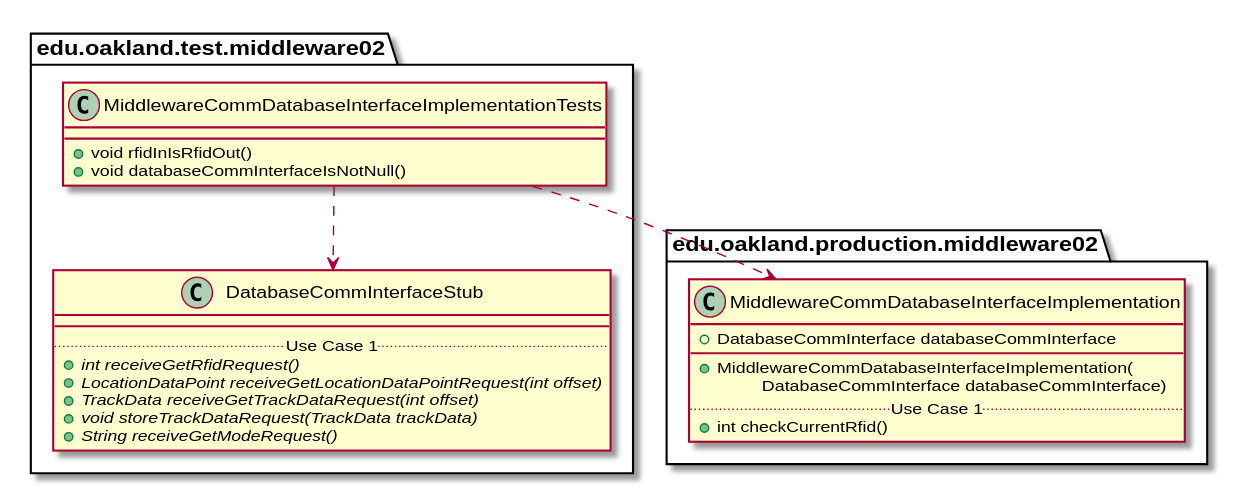
Above: docs/uml-class-diagrams/middleware02/test/MiddlewareCommDatabaseInterfaceImplementationTests/MiddlewareCommDatabaseInterfaceImplementationTests_DirectDependencies.svg in andrewdimmer/csi-3370-software-project (PlantUML), before the change. Its diagram source:
```plantuml
@startuml MiddlewareCommDatabaseInterfaceImplementationTests_DirectDependencies


package edu.oakland.test.middleware02 {
    class MiddlewareCommDatabaseInterfaceImplementationTests {
        + void rfidInIsRfidOut()
        + void databaseCommInterfaceIsNotNull()
    }
}



package edu.oakland.test.middleware02 {
    class DatabaseCommInterfaceStub {
        __
        .. Use Case 1 ..
        {abstract} + int receiveGetRfidRequest()
        {abstract} + LocationDataPoint receiveGetLocationDataPointRequest(int offset)
        {abstract} + TrackData receiveGetTrackDataRequest(int offset)
        {abstract} + void storeTrackDataRequest(TrackData trackData)
        {abstract} + String receiveGetModeRequest()
    }
}

MiddlewareCommDatabaseInterfaceImplementationTests ..> DatabaseCommInterfaceStub


package edu.oakland.production.middleware02 {
    class MiddlewareCommDatabaseInterfaceImplementation {
        + DatabaseCommInterface databaseCommInterface
        __
        + MiddlewareCommDatabaseInterfaceImplementation(
        \tDatabaseCommInterface databaseCommInterface)
        .. Use Case 1 ..
        + int checkCurrentRfid()
    }
}

MiddlewareCommDatabaseInterfaceImplementationTests ..> MiddlewareCommDatabaseInterfaceImplementation



@enduml
```
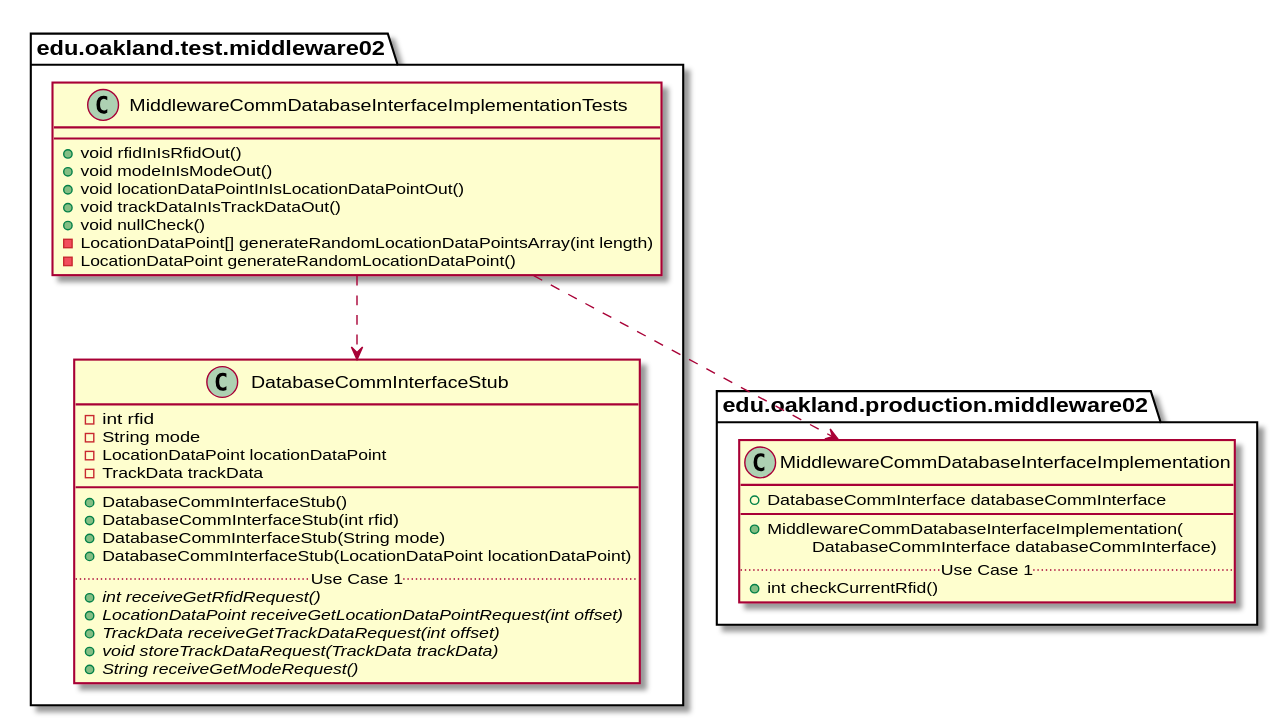
The same file after the commit.

The edit, as a diff of the source:
```diff
@@ -4,7 +4,12 @@
 package edu.oakland.test.middleware02 {
     class MiddlewareCommDatabaseInterfaceImplementationTests {
         + void rfidInIsRfidOut()
-        + void databaseCommInterfaceIsNotNull()
+        + void modeInIsModeOut()
+        + void locationDataPointInIsLocationDataPointOut()
+        + void trackDataInIsTrackDataOut()
+        + void nullCheck()
+        - LocationDataPoint[] generateRandomLocationDataPointsArray(int length)
+        - LocationDataPoint generateRandomLocationDataPoint()
     }
 }
 
@@ -12,7 +17,15 @@
 
 package edu.oakland.test.middleware02 {
     class DatabaseCommInterfaceStub {
+        - int rfid
+        - String mode
+        - LocationDataPoint locationDataPoint
+        - TrackData trackData
         __
+        + DatabaseCommInterfaceStub()
+        + DatabaseCommInterfaceStub(int rfid)
+        + DatabaseCommInterfaceStub(String mode)
+        + DatabaseCommInterfaceStub(LocationDataPoint locationDataPoint)
         .. Use Case 1 ..
         {abstract} + int receiveGetRfidRequest()
         {abstract} + LocationDataPoint receiveGetLocationDataPointRequest(int offset)
```
